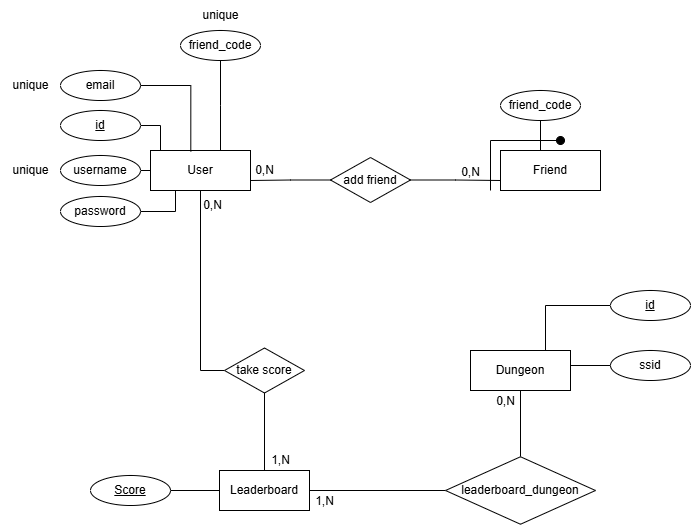
Before: 7_Allegati/DataBase/Schema-ER-DB.png, a diagram exported from draw.io (smanedn/ColorfulSongs). Source tidied: cells renumbered, new cells last; positions are measured from the earlier drawing's top-left corner, leaving out a move shared by most shapes.
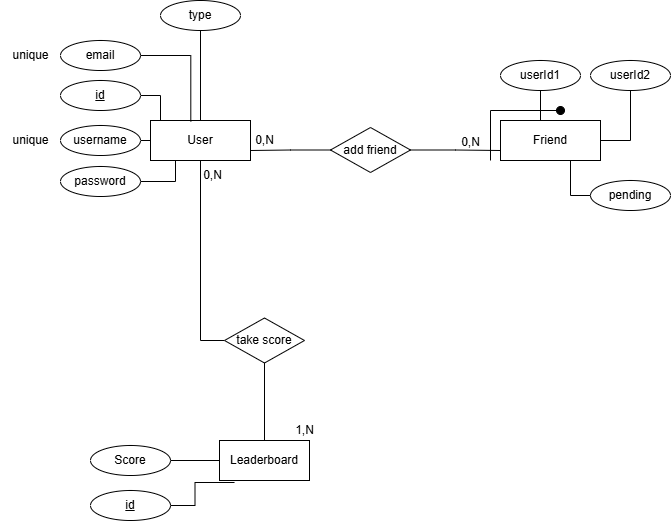
Later version of the same file.

Change to the diagram source:
```diff
@@ -47,78 +47,33 @@
     <mxCell id="13" value="unique" style="text;html=1;align=center;verticalAlign=middle;strokeColor=none;fillColor=none;" parent="1" vertex="1">
       <mxGeometry y="70" width="60" height="30" as="geometry" />
     </mxCell>
-    <mxCell id="14" value="&lt;u&gt;Score&lt;/u&gt;" style="ellipse;whiteSpace=wrap;html=1;align=center;" parent="1" vertex="1">
+    <mxCell id="14" value="Score" style="ellipse;whiteSpace=wrap;html=1;align=center;" parent="1" vertex="1">
       <mxGeometry x="90" y="475" width="80" height="30" as="geometry" />
     </mxCell>
     <mxCell id="15" style="edgeStyle=orthogonalEdgeStyle;rounded=0;jettySize=auto;html=1;entryX=0.403;entryY=0.024;entryDx=0;entryDy=0;entryPerimeter=0;endArrow=none;endFill=0;" parent="1" edge="1" source="12" target="3">
       <mxGeometry relative="1" as="geometry" />
     </mxCell>
-    <mxCell id="16" style="edgeStyle=orthogonalEdgeStyle;rounded=0;jettySize=auto;html=1;entryX=0.5;entryY=0;entryDx=0;entryDy=0;endArrow=none;endFill=0;" parent="1" edge="1" source="17" target="27">
-      <mxGeometry relative="1" as="geometry" />
-    </mxCell>
-    <mxCell id="17" value="Dungeon" style="whiteSpace=wrap;html=1;" parent="1" vertex="1">
-      <mxGeometry x="470" y="350" width="100" height="40" as="geometry" />
-    </mxCell>
-    <mxCell id="18" value="ssid" style="ellipse;whiteSpace=wrap;html=1;align=center;" parent="1" vertex="1">
-      <mxGeometry x="610" y="350" width="80" height="30" as="geometry" />
-    </mxCell>
-    <mxCell id="19" style="edgeStyle=orthogonalEdgeStyle;rounded=0;jettySize=auto;html=1;entryX=0.75;entryY=0;entryDx=0;entryDy=0;endArrow=none;endFill=0;" parent="1" edge="1" source="20" target="17">
-      <mxGeometry relative="1" as="geometry" />
-    </mxCell>
-    <mxCell id="20" value="&lt;u&gt;id&lt;/u&gt;" style="ellipse;whiteSpace=wrap;html=1;align=center;" parent="1" vertex="1">
-      <mxGeometry x="610" y="290" width="80" height="30" as="geometry" />
-    </mxCell>
-    <mxCell id="21" style="edgeStyle=orthogonalEdgeStyle;rounded=0;jettySize=auto;html=1;entryX=1;entryY=0;entryDx=0;entryDy=0;endArrow=none;endFill=0;" parent="1" edge="1" source="18" target="17">
-      <mxGeometry relative="1" as="geometry">
-        <Array as="points">
-          <mxPoint x="570" y="365" />
-        </Array>
-      </mxGeometry>
-    </mxCell>
     <mxCell id="22" value="take score" style="rhombus;whiteSpace=wrap;html=1;" parent="1" vertex="1">
       <mxGeometry x="224" y="347.5" width="80" height="45" as="geometry" />
     </mxCell>
     <mxCell id="23" style="edgeStyle=orthogonalEdgeStyle;rounded=0;jettySize=auto;html=1;endArrow=none;endFill=0;" parent="1" edge="1" source="25" target="14">
       <mxGeometry relative="1" as="geometry" />
     </mxCell>
-    <mxCell id="24" style="edgeStyle=orthogonalEdgeStyle;rounded=0;jettySize=auto;html=1;endArrow=none;endFill=0;entryX=0;entryY=0.5;entryDx=0;entryDy=0;" parent="1" edge="1" source="25" target="27">
-      <mxGeometry relative="1" as="geometry" />
-    </mxCell>
     <mxCell id="25" value="Leaderboard" style="whiteSpace=wrap;html=1;" parent="1" vertex="1">
       <mxGeometry x="219" y="470" width="90" height="40" as="geometry" />
     </mxCell>
     <mxCell id="26" style="edgeStyle=orthogonalEdgeStyle;rounded=0;jettySize=auto;html=1;entryX=0.5;entryY=0;entryDx=0;entryDy=0;endArrow=none;endFill=0;" parent="1" edge="1" source="22" target="25">
       <mxGeometry relative="1" as="geometry" />
     </mxCell>
-    <mxCell id="27" value="leaderboard_dungeon" style="rhombus;whiteSpace=wrap;html=1;" parent="1" vertex="1">
-      <mxGeometry x="445" y="456.2" width="150" height="67.5" as="geometry" />
-    </mxCell>
     <mxCell id="28" value="0,N" style="text;html=1;align=center;verticalAlign=middle;strokeColor=none;fillColor=none;" parent="1" vertex="1">
       <mxGeometry x="192" y="190" width="40" height="30" as="geometry" />
     </mxCell>
     <mxCell id="29" value="1&lt;span style=&quot;background-color: transparent; color: light-dark(rgb(0, 0, 0), rgb(255, 255, 255));&quot;&gt;,N&lt;/span&gt;" style="text;html=1;align=center;verticalAlign=middle;strokeColor=none;fillColor=none;" parent="1" vertex="1">
-      <mxGeometry x="260" y="445" width="40" height="30" as="geometry" />
+      <mxGeometry x="284" y="445" width="40" height="30" as="geometry" />
     </mxCell>
-    <mxCell id="30" value="1,N" style="text;html=1;align=center;verticalAlign=middle;strokeColor=none;fillColor=none;" parent="1" vertex="1">
-      <mxGeometry x="304" y="486" width="40" height="30" as="geometry" />
-    </mxCell>
-    <mxCell id="31" value="0,N" style="text;html=1;align=center;verticalAlign=middle;strokeColor=none;fillColor=none;" parent="1" vertex="1">
-      <mxGeometry x="485" y="386" width="40" height="30" as="geometry" />
-    </mxCell>
     <mxCell id="32" value="Friend" style="whiteSpace=wrap;html=1;align=center;" parent="1" vertex="1">
       <mxGeometry x="500" y="150" width="100" height="40" as="geometry" />
     </mxCell>
-    <mxCell id="33" value="friend_code" style="ellipse;whiteSpace=wrap;html=1;align=center;" parent="1" vertex="1">
-      <mxGeometry x="180" y="30" width="80" height="30" as="geometry" />
-    </mxCell>
-    <mxCell id="34" style="edgeStyle=orthogonalEdgeStyle;rounded=0;jettySize=auto;html=1;endArrow=none;endFill=0;exitX=0.5;exitY=1;exitDx=0;exitDy=0;" parent="1" edge="1" source="33">
-      <mxGeometry relative="1" as="geometry">
-        <mxPoint x="220" y="150" as="targetPoint" />
-      </mxGeometry>
-    </mxCell>
-    <mxCell id="35" value="unique" style="text;html=1;align=center;verticalAlign=middle;strokeColor=none;fillColor=none;" parent="1" vertex="1">
-      <mxGeometry x="190" width="60" height="30" as="geometry" />
-    </mxCell>
     <mxCell id="36" style="edgeStyle=orthogonalEdgeStyle;rounded=0;jettySize=auto;html=1;entryX=1;entryY=0.75;entryDx=0;entryDy=0;endArrow=none;startFill=0;" parent="1" edge="1" source="38" target="3">
       <mxGeometry relative="1" as="geometry" />
     </mxCell>
@@ -131,7 +86,7 @@
     <mxCell id="39" value="0,N" style="text;html=1;align=center;verticalAlign=middle;strokeColor=none;fillColor=none;" parent="1" vertex="1">
       <mxGeometry x="450" y="157" width="40" height="30" as="geometry" />
     </mxCell>
-    <mxCell id="40" value="friend_code" style="ellipse;whiteSpace=wrap;html=1;align=center;" parent="1" vertex="1">
+    <mxCell id="40" value="userId1" style="ellipse;whiteSpace=wrap;html=1;align=center;" parent="1" vertex="1">
       <mxGeometry x="500" y="90" width="80" height="30" as="geometry" />
     </mxCell>
     <mxCell id="41" style="edgeStyle=orthogonalEdgeStyle;rounded=0;jettySize=auto;html=1;endArrow=none;startFill=0;" parent="1" edge="1" source="40">
@@ -148,5 +103,31 @@
         </Array>
       </mxGeometry>
     </mxCell>
+    <mxCell id="43" style="edgeStyle=orthogonalEdgeStyle;rounded=0;jettySize=auto;html=1;entryX=1;entryY=0.5;entryDx=0;entryDy=0;endArrow=none;startFill=0;" parent="1" edge="1" source="44" target="32">
+      <mxGeometry relative="1" as="geometry" />
+    </mxCell>
+    <mxCell id="44" value="userId2" style="ellipse;whiteSpace=wrap;html=1;align=center;" parent="1" vertex="1">
+      <mxGeometry x="590" y="90" width="80" height="30" as="geometry" />
+    </mxCell>
+    <mxCell id="45" value="pending" style="ellipse;whiteSpace=wrap;html=1;align=center;" parent="1" vertex="1">
+      <mxGeometry x="590" y="210" width="80" height="30" as="geometry" />
+    </mxCell>
+    <mxCell id="46" style="edgeStyle=orthogonalEdgeStyle;rounded=0;jettySize=auto;html=1;endArrow=none;startFill=0;exitX=0;exitY=0.5;exitDx=0;exitDy=0;" parent="1" edge="1" source="45">
+      <mxGeometry relative="1" as="geometry">
+        <mxPoint x="570" y="190" as="targetPoint" />
+      </mxGeometry>
+    </mxCell>
+    <mxCell id="20" value="&lt;u&gt;id&lt;/u&gt;" style="ellipse;whiteSpace=wrap;html=1;align=center;" parent="1" vertex="1">
+      <mxGeometry x="90" y="520" width="80" height="30" as="geometry" />
+    </mxCell>
+    <mxCell id="47" style="edgeStyle=orthogonalEdgeStyle;rounded=0;jettySize=auto;html=1;endArrow=none;endFill=0;entryX=1;entryY=0.5;entryDx=0;entryDy=0;exitX=0.167;exitY=1.05;exitDx=0;exitDy=0;exitPerimeter=0;" parent="1" edge="1" source="25" target="20">
+      <mxGeometry relative="1" as="geometry" />
+    </mxCell>
+    <mxCell id="48" value="type" style="ellipse;whiteSpace=wrap;html=1;align=center;" parent="1" vertex="1">
+      <mxGeometry x="160" y="30" width="80" height="30" as="geometry" />
+    </mxCell>
+    <mxCell id="49" style="edgeStyle=orthogonalEdgeStyle;rounded=0;jettySize=auto;html=1;endArrow=none;endFill=0;exitX=0.5;exitY=1;exitDx=0;exitDy=0;entryX=0.5;entryY=0;entryDx=0;entryDy=0;" parent="1" edge="1" source="48" target="3">
+      <mxGeometry relative="1" as="geometry" />
+    </mxCell>
   </root>
 </mxGraphModel>
```
